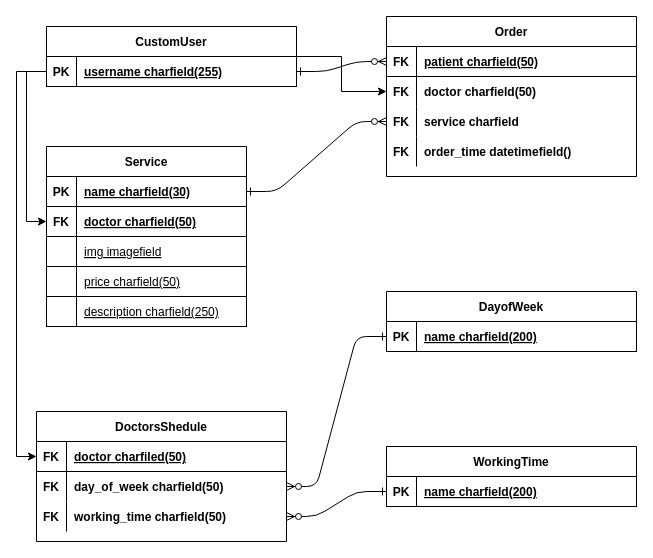
This is Диаграмма без названия.drawio from mbayzhanova/Dental_clinic, a draw.io file, before an edit. Source tidied: cells renumbered, new cells numbered last; positions are measured from the earlier drawing's top-left corner, leaving out a move shared by most shapes. Both pictures are drawn from the tidied source at 100%, with x=0, y=0 at pixel (36, 16).
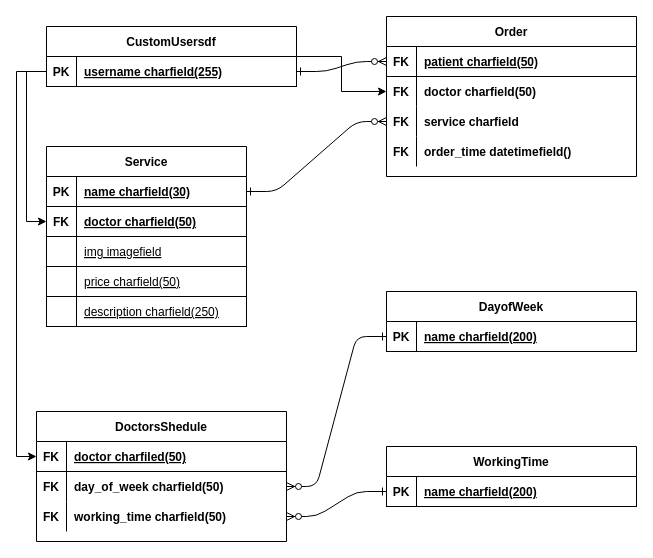
Above is the later version.

What changed in the source:
```diff
@@
-    <mxCell id="37" value="CustomUser" style="shape=table;startSize=30;childLayout=tableLayout;rowLines=0;fontStyle=1;align=center;" parent="1" vertex="1">
+    <mxCell id="37" value="CustomUsersdf" style="shape=table;startSize=30;childLayout=tableLayout;rowLines=0;fontStyle=1;align=center;" parent="1" vertex="1">
       <mxGeometry x="10" y="10" width="250" height="60" as="geometry" />
     </mxCell>
```
